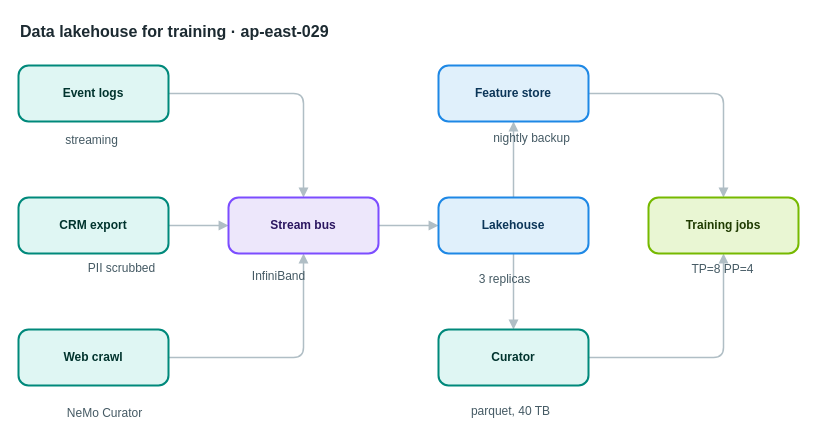
Before: apps/web/public/samples/library/029-data-lakehouse-for-training.drawio in AryanG01/open-apprentice, a draw.io diagram. Source tidied: cells renumbered, new cells numbered last; positions are measured from the earlier drawing's top-left corner, leaving out a move shared by most shapes. Both pictures are drawn from the tidied source at 100%, with x=0, y=0 at pixel (18, 17).
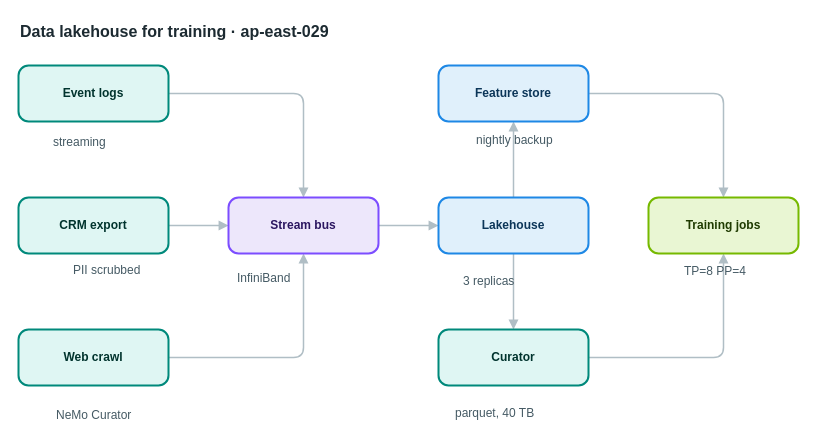
Above is the later version.

What changed in the source:
```diff
@@
-    <mxCell id="19" value="streaming" style="text;html=1;align=center;verticalAlign=middle;whiteSpace=nowrap;strokeColor=none;fillColor=none;fontSize=12;fontColor=#455a64;" parent="1" vertex="1">
+    <mxCell id="19" value="streaming" style="text;html=1;align=left;verticalAlign=top;whiteSpace=nowrap;spacing=0;spacingTop=0;strokeColor=none;fillColor=none;fontSize=12;fontColor=#455a64;" parent="1" vertex="1">
       <mxGeometry x="35" y="113" width="75" height="20" as="geometry" />
     </mxCell>
-    <mxCell id="20" value="PII scrubbed" style="text;html=1;align=center;verticalAlign=middle;whiteSpace=nowrap;strokeColor=none;fillColor=none;fontSize=12;fontColor=#455a64;" parent="1" vertex="1">
+    <mxCell id="20" value="PII scrubbed" style="text;html=1;align=left;verticalAlign=top;whiteSpace=nowrap;spacing=0;spacingTop=0;strokeColor=none;fillColor=none;fontSize=12;fontColor=#455a64;" parent="1" vertex="1">
       <mxGeometry x="55" y="241" width="96" height="20" as="geometry" />
     </mxCell>
-    <mxCell id="21" value="NeMo Curator" style="text;html=1;align=center;verticalAlign=middle;whiteSpace=nowrap;strokeColor=none;fillColor=none;fontSize=12;fontColor=#455a64;" parent="1" vertex="1">
+    <mxCell id="21" value="NeMo Curator" style="text;html=1;align=left;verticalAlign=top;whiteSpace=nowrap;spacing=0;spacingTop=0;strokeColor=none;fillColor=none;fontSize=12;fontColor=#455a64;" parent="1" vertex="1">
       <mxGeometry x="38" y="386" width="96" height="20" as="geometry" />
     </mxCell>
-    <mxCell id="22" value="InfiniBand" style="text;html=1;align=center;verticalAlign=middle;whiteSpace=nowrap;strokeColor=none;fillColor=none;fontSize=12;fontColor=#455a64;" parent="1" vertex="1">
+    <mxCell id="22" value="InfiniBand" style="text;html=1;align=left;verticalAlign=top;whiteSpace=nowrap;spacing=0;spacingTop=0;strokeColor=none;fillColor=none;fontSize=12;fontColor=#455a64;" parent="1" vertex="1">
       <mxGeometry x="219" y="249" width="82" height="20" as="geometry" />
     </mxCell>
-    <mxCell id="23" value="3 replicas" style="text;html=1;align=center;verticalAlign=middle;whiteSpace=nowrap;strokeColor=none;fillColor=none;fontSize=12;fontColor=#455a64;" parent="1" vertex="1">
+    <mxCell id="23" value="3 replicas" style="text;html=1;align=left;verticalAlign=top;whiteSpace=nowrap;spacing=0;spacingTop=0;strokeColor=none;fillColor=none;fontSize=12;fontColor=#455a64;" parent="1" vertex="1">
       <mxGeometry x="445" y="252" width="82" height="20" as="geometry" />
     </mxCell>
-    <mxCell id="24" value="nightly backup" style="text;html=1;align=center;verticalAlign=middle;whiteSpace=nowrap;strokeColor=none;fillColor=none;fontSize=12;fontColor=#455a64;" parent="1" vertex="1">
+    <mxCell id="24" value="nightly backup" style="text;html=1;align=left;verticalAlign=top;whiteSpace=nowrap;spacing=0;spacingTop=0;strokeColor=none;fillColor=none;fontSize=12;fontColor=#455a64;" parent="1" vertex="1">
       <mxGeometry x="458" y="111" width="110" height="20" as="geometry" />
     </mxCell>
-    <mxCell id="25" value="parquet, 40 TB" style="text;html=1;align=center;verticalAlign=middle;whiteSpace=nowrap;strokeColor=none;fillColor=none;fontSize=12;fontColor=#455a64;" parent="1" vertex="1">
+    <mxCell id="25" value="parquet, 40 TB" style="text;html=1;align=left;verticalAlign=top;whiteSpace=nowrap;spacing=0;spacingTop=0;strokeColor=none;fillColor=none;fontSize=12;fontColor=#455a64;" parent="1" vertex="1">
       <mxGeometry x="437" y="384" width="110" height="20" as="geometry" />
     </mxCell>
-    <mxCell id="26" value="TP=8 PP=4" style="text;html=1;align=center;verticalAlign=middle;whiteSpace=nowrap;strokeColor=none;fillColor=none;fontSize=12;fontColor=#455a64;" parent="1" vertex="1">
+    <mxCell id="26" value="TP=8 PP=4" style="text;html=1;align=left;verticalAlign=top;whiteSpace=nowrap;spacing=0;spacingTop=0;strokeColor=none;fillColor=none;fontSize=12;fontColor=#455a64;" parent="1" vertex="1">
       <mxGeometry x="666" y="242" width="75" height="20" as="geometry" />
     </mxCell>
```
